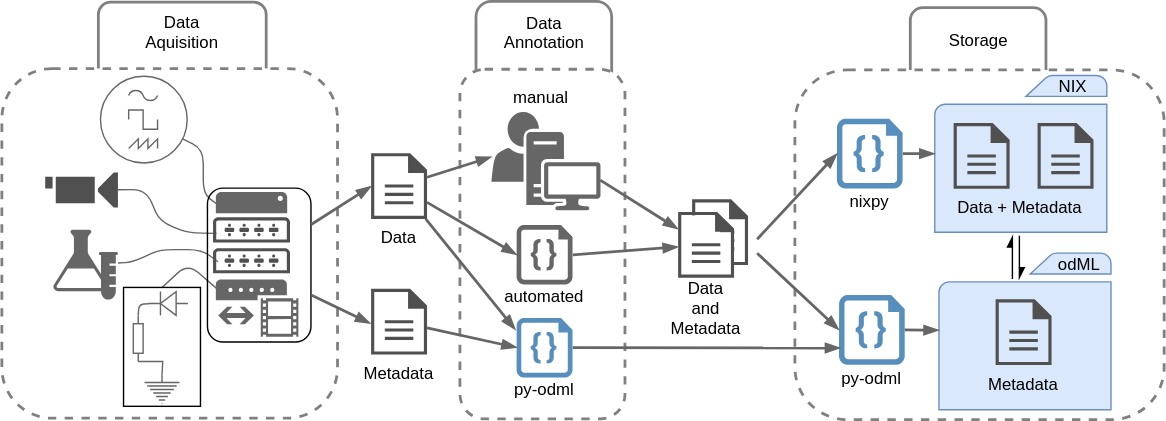
This is 201808_INCF_Conference_Montreal/odML_pipe.svg from mpsonntag/prespost, a draw.io export, as it was before one commit. Source tidied: cells renumbered, new cells last; positions are measured from the earlier drawing's top-left corner, leaving out a move shared by most shapes.
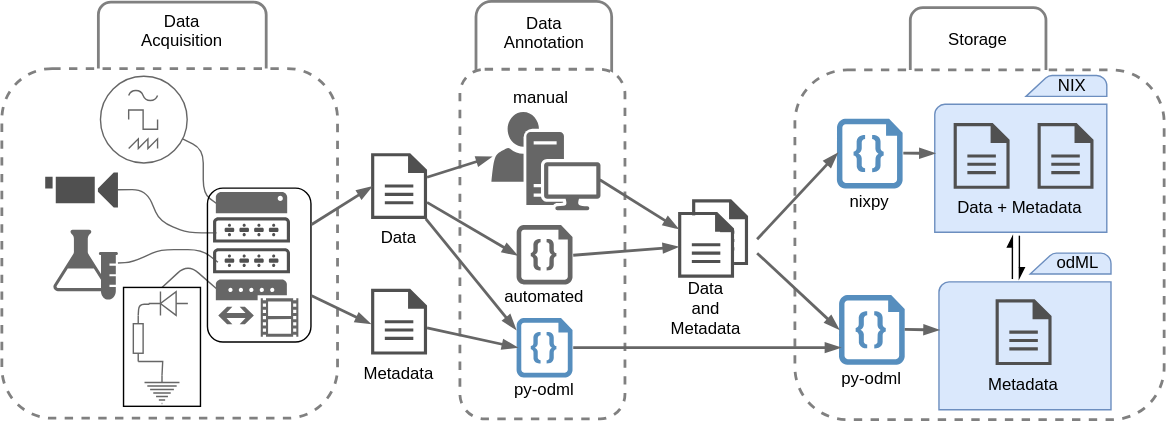
The same diagram one commit later.

Commit message:
[201808 INCF] Cleanup odML pipe

Change to the diagram source:
```diff
@@ -5,7 +5,7 @@
     <mxCell id="2" style="rounded=1;whiteSpace=wrap;strokeColor=#808080;strokeWidth=2;fillColor=none;gradientColor=none;" parent="1" vertex="1">
       <mxGeometry x="338.5" y="-0.5" width="97" height="73" as="geometry" />
     </mxCell>
-    <mxCell id="3" style="rounded=1;whiteSpace=wrap;html=1;dashed=1;strokeColor=#808080;strokeWidth=2;fillColor=#ffffff;gradientColor=none;fontSize=14;fontColor=#808080;" parent="1" vertex="1">
+    <mxCell id="3" style="rounded=1;dashed=1;strokeColor=#808080;strokeWidth=2;fillColor=#ffffff;gradientColor=none;fontSize=14;fontColor=#808080;" parent="1" vertex="1">
       <mxGeometry x="327" y="48" width="118" height="250" as="geometry" />
     </mxCell>
     <mxCell id="4" style="rounded=1;whiteSpace=wrap;html=1;strokeColor=#808080;strokeWidth=2;fillColor=none;gradientColor=none;" parent="1" vertex="1">
@@ -23,13 +23,13 @@
     <mxCell id="8" style="rounded=1;whiteSpace=wrap;html=1;dashed=1;strokeColor=#808080;strokeWidth=2;fillColor=#ffffff;gradientColor=none;fontSize=14;fontColor=#808080;" parent="1" vertex="1">
       <mxGeometry x="-0.5" y="47.5" width="240" height="250" as="geometry" />
     </mxCell>
-    <mxCell id="9" value="Data Aquisition" style="text;strokeColor=none;fillColor=none;align=center;verticalAlign=middle;whiteSpace=wrap;rounded=0;" parent="1" vertex="1">
+    <mxCell id="9" value="Data&#10;Acquisition" style="text;strokeColor=none;fillColor=none;align=center;verticalAlign=middle;rounded=0;" parent="1" vertex="1">
       <mxGeometry x="108.5" y="11" width="40" height="20" as="geometry" />
     </mxCell>
     <mxCell id="10" style="shadow=0;dashed=0;html=1;strokeColor=none;fillColor=#666666;labelPosition=center;verticalLabelPosition=bottom;verticalAlign=top;shape=mxgraph.office.concepts.lab;" parent="1" vertex="1">
       <mxGeometry x="35.5" y="162.7" width="47" height="50" as="geometry" />
     </mxCell>
-    <mxCell id="11" style="perimeter=ellipsePerimeter;verticalLabelPosition=bottom;shadow=0;dashed=0;align=center;fillColor=#ffffff;html=1;verticalAlign=top;strokeWidth=1;shape=mxgraph.electrical.instruments.signal_generator;strokeColor=#666666;" parent="1" vertex="1">
+    <mxCell id="11" style="perimeter=ellipsePerimeter;verticalLabelPosition=bottom;shadow=0;dashed=0;align=center;fillColor=#ffffff;verticalAlign=top;strokeWidth=1;shape=mxgraph.electrical.instruments.signal_generator;strokeColor=#666666;" parent="1" vertex="1">
       <mxGeometry x="69.5" y="53" width="62" height="62" as="geometry" />
     </mxCell>
     <mxCell id="12" style="shadow=0;dashed=0;html=1;strokeColor=none;fillColor=#505050;labelPosition=center;verticalLabelPosition=bottom;verticalAlign=top;shape=mxgraph.office.devices.video_camera;" parent="1" vertex="1">
@@ -133,10 +133,10 @@
     <mxCell id="35" value="Data &#10;Annotation" style="text;strokeColor=none;fillColor=none;align=center;verticalAlign=middle;rounded=0;" parent="1" vertex="1">
       <mxGeometry x="367.5" y="12.5" width="40" height="20" as="geometry" />
     </mxCell>
-    <mxCell id="36" value="NIX" style="text;strokeColor=none;fillColor=none;align=center;verticalAlign=middle;whiteSpace=wrap;rounded=0;" parent="1" vertex="1">
+    <mxCell id="36" value="NIX" style="text;strokeColor=none;fillColor=none;align=center;verticalAlign=middle;rounded=0;" parent="1" vertex="1">
       <mxGeometry x="745" y="50" width="40" height="20" as="geometry" />
     </mxCell>
-    <mxCell id="37" value="odML" style="text;strokeColor=none;fillColor=none;align=center;verticalAlign=middle;whiteSpace=wrap;rounded=0;" parent="1" vertex="1">
+    <mxCell id="37" value="odML" style="text;strokeColor=none;fillColor=none;align=center;verticalAlign=middle;rounded=0;" parent="1" vertex="1">
       <mxGeometry x="749" y="176.5" width="40" height="20" as="geometry" />
     </mxCell>
     <mxCell id="38" value="nixpy" style="shadow=0;dashed=0;strokeColor=none;shape=mxgraph.azure.code_file;fillColor=#568EBE;spacingBottom=0;spacingTop=70;" parent="1" vertex="1">
@@ -169,7 +169,7 @@
         <mxPoint x="5" y="31" as="targetPoint" />
       </mxGeometry>
     </mxCell>
-    <mxCell id="46" value="Storage" style="text;strokeColor=none;fillColor=none;align=center;verticalAlign=middle;whiteSpace=wrap;rounded=0;" parent="1" vertex="1">
+    <mxCell id="46" value="Storage" style="text;strokeColor=none;fillColor=none;align=center;verticalAlign=middle;rounded=0;" parent="1" vertex="1">
       <mxGeometry x="677.5" y="17" width="40" height="20" as="geometry" />
     </mxCell>
     <mxCell id="47" style="group;spacingBottom=0;spacingTop=60;" parent="1" vertex="1">
```
